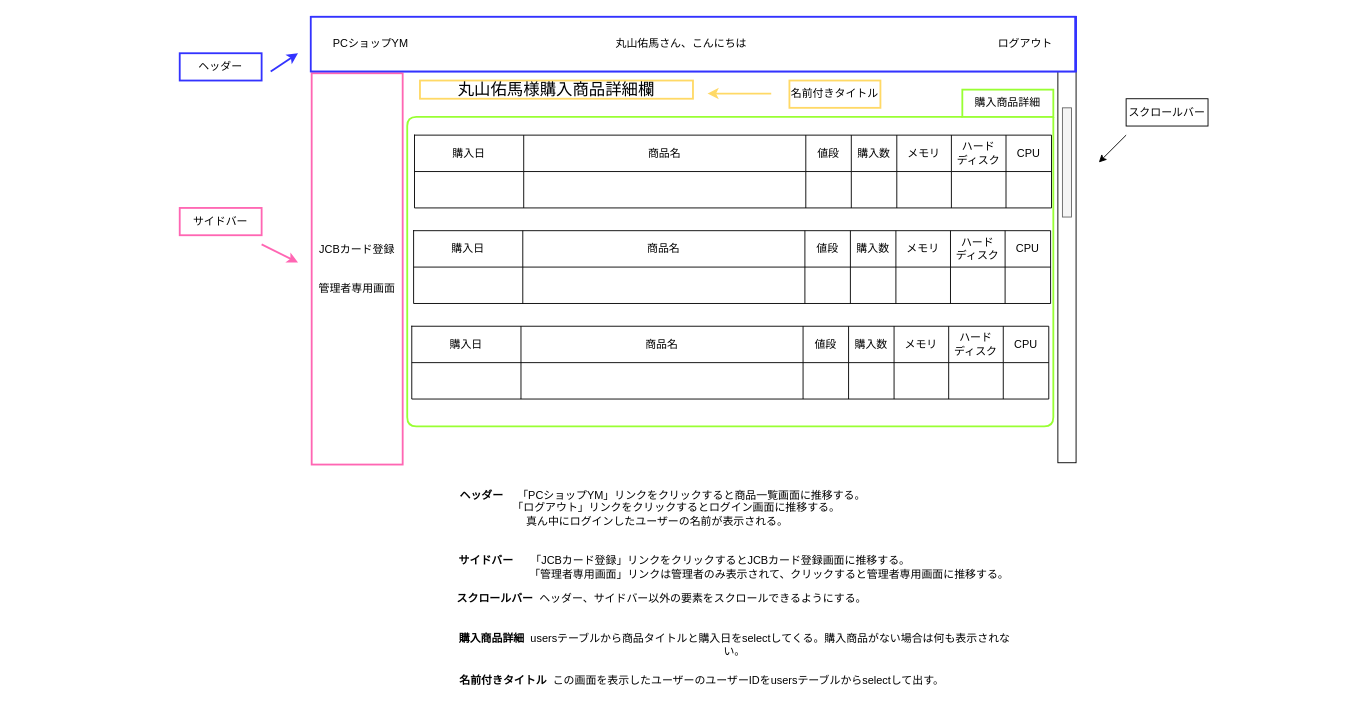
This is page "ユーザー購入商品詳細画面" (11 of 25) of src/main/resources/templates/shopping/Untitled Diagram.drawio from YumaMaruyama/ITworksTRYshopping, a draw.io file, before an edit. Source tidied: cells renumbered, new cells numbered last; positions are measured from the earlier drawing's top-left corner, leaving out a move shared by most shapes. Both pictures are drawn from the tidied source at 91%, with x=0, y=0 at pixel (15, 16).
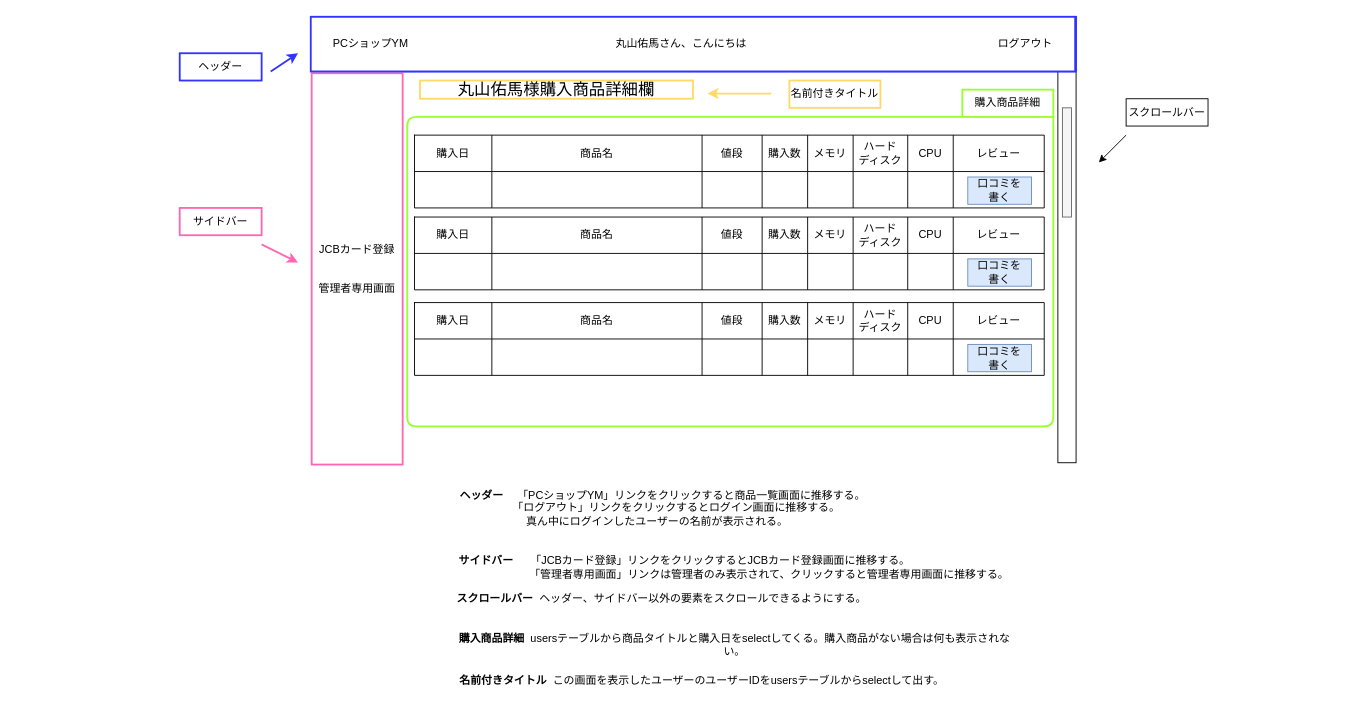
The same page after the edit.

Unchanged cells that the change refers to:
```xml
<mxCell id="2" style="group;" parent="1" vertex="1">
  <mxGeometry x="170" width="1140" height="490" as="geometry" />
</mxCell>
```

Change to the diagram source:
```diff
@@
     <mxCell id="16" style="shape=table;startSize=0;childLayout=tableLayout;" parent="2" vertex="1">
-      <mxGeometry x="268" y="130" width="700" height="80" as="geometry" />
+      <mxGeometry x="268" y="130" width="692" height="80" as="geometry" />
     </mxCell>
     <mxCell id="17" style="shape=partialRectangle;fillColor=none;top=0;left=0;bottom=0;right=0;" parent="16" vertex="1">
-      <mxGeometry width="700" height="40" as="geometry" />
+      <mxGeometry width="692" height="40" as="geometry" />
     </mxCell>
     <mxCell id="18" value="購入日" style="shape=partialRectangle;html=1;whiteSpace=wrap;overflow=hidden;fillColor=none;top=0;left=0;bottom=0;right=0;" parent="17" vertex="1">
-      <mxGeometry width="120" height="40" as="geometry" />
+      <mxGeometry width="85" height="40" as="geometry" />
     </mxCell>
     <mxCell id="19" value="商品名" style="shape=partialRectangle;html=1;whiteSpace=wrap;overflow=hidden;fillColor=none;top=0;left=0;bottom=0;right=0;" parent="17" vertex="1">
-      <mxGeometry x="120" width="310" height="40" as="geometry" />
+      <mxGeometry x="85" width="231" height="40" as="geometry" />
     </mxCell>
     <mxCell id="20" value="値段" style="shape=partialRectangle;html=1;whiteSpace=wrap;overflow=hidden;fillColor=none;top=0;left=0;bottom=0;right=0;" parent="17" vertex="1">
-      <mxGeometry x="430" width="50" height="40" as="geometry" />
+      <mxGeometry x="316" width="66" height="40" as="geometry" />
     </mxCell>
     <mxCell id="21" value="購入数" style="shape=partialRectangle;html=1;whiteSpace=wrap;overflow=hidden;fillColor=none;top=0;left=0;bottom=0;right=0;" parent="17" vertex="1">
-      <mxGeometry x="480" width="50" height="40" as="geometry" />
+      <mxGeometry x="382" width="50" height="40" as="geometry" />
     </mxCell>
     <mxCell id="22" value="メモリ" style="shape=partialRectangle;html=1;whiteSpace=wrap;overflow=hidden;fillColor=none;top=0;left=0;bottom=0;right=0;" parent="17" vertex="1">
-      <mxGeometry x="530" width="60" height="40" as="geometry" />
+      <mxGeometry x="432" width="50" height="40" as="geometry" />
     </mxCell>
     <mxCell id="23" value="ハード&lt;br&gt;ディスク" style="shape=partialRectangle;html=1;whiteSpace=wrap;overflow=hidden;fillColor=none;top=0;left=0;bottom=0;right=0;" parent="17" vertex="1">
-      <mxGeometry x="590" width="60" height="40" as="geometry" />
+      <mxGeometry x="482" width="60" height="40" as="geometry" />
     </mxCell>
     <mxCell id="24" value="CPU" style="shape=partialRectangle;html=1;whiteSpace=wrap;overflow=hidden;fillColor=none;top=0;left=0;bottom=0;right=0;" parent="17" vertex="1">
-      <mxGeometry x="650" width="50" height="40" as="geometry" />
+      <mxGeometry x="542" width="50" height="40" as="geometry" />
     </mxCell>
+    <mxCell id="75" value="レビュー" style="shape=partialRectangle;html=1;whiteSpace=wrap;overflow=hidden;fillColor=none;top=0;left=0;bottom=0;right=0;" parent="17" vertex="1">
+      <mxGeometry x="592" width="100" height="40" as="geometry" />
+    </mxCell>
     <mxCell id="25" style="shape=partialRectangle;fillColor=none;top=0;left=0;bottom=0;right=0;" parent="16" vertex="1">
-      <mxGeometry y="40" width="700" height="40" as="geometry" />
+      <mxGeometry y="40" width="692" height="40" as="geometry" />
     </mxCell>
     <mxCell id="26" style="shape=partialRectangle;html=1;whiteSpace=wrap;overflow=hidden;fillColor=none;top=0;left=0;bottom=0;right=0;" parent="25" vertex="1">
-      <mxGeometry width="120" height="40" as="geometry" />
+      <mxGeometry width="85" height="40" as="geometry" />
     </mxCell>
     <mxCell id="27" style="shape=partialRectangle;html=1;whiteSpace=wrap;overflow=hidden;fillColor=none;top=0;left=0;bottom=0;right=0;" parent="25" vertex="1">
-      <mxGeometry x="120" width="310" height="40" as="geometry" />
+      <mxGeometry x="85" width="231" height="40" as="geometry" />
     </mxCell>
     <mxCell id="28" style="shape=partialRectangle;html=1;whiteSpace=wrap;overflow=hidden;fillColor=none;top=0;left=0;bottom=0;right=0;" parent="25" vertex="1">
-      <mxGeometry x="430" width="50" height="40" as="geometry" />
+      <mxGeometry x="316" width="66" height="40" as="geometry" />
     </mxCell>
     <mxCell id="29" style="shape=partialRectangle;html=1;whiteSpace=wrap;overflow=hidden;fillColor=none;top=0;left=0;bottom=0;right=0;" parent="25" vertex="1">
-      <mxGeometry x="480" width="50" height="40" as="geometry" />
+      <mxGeometry x="382" width="50" height="40" as="geometry" />
     </mxCell>
     <mxCell id="30" style="shape=partialRectangle;html=1;whiteSpace=wrap;overflow=hidden;fillColor=none;top=0;left=0;bottom=0;right=0;" parent="25" vertex="1">
-      <mxGeometry x="530" width="60" height="40" as="geometry" />
+      <mxGeometry x="432" width="50" height="40" as="geometry" />
     </mxCell>
     <mxCell id="31" style="shape=partialRectangle;html=1;whiteSpace=wrap;overflow=hidden;fillColor=none;top=0;left=0;bottom=0;right=0;" parent="25" vertex="1">
-      <mxGeometry x="590" width="60" height="40" as="geometry" />
+      <mxGeometry x="482" width="60" height="40" as="geometry" />
     </mxCell>
     <mxCell id="32" style="shape=partialRectangle;html=1;whiteSpace=wrap;overflow=hidden;fillColor=none;top=0;left=0;bottom=0;right=0;" parent="25" vertex="1">
-      <mxGeometry x="650" width="50" height="40" as="geometry" />
+      <mxGeometry x="542" width="50" height="40" as="geometry" />
     </mxCell>
+    <mxCell id="76" style="shape=partialRectangle;html=1;whiteSpace=wrap;overflow=hidden;fillColor=none;top=0;left=0;bottom=0;right=0;" parent="25" vertex="1">
+      <mxGeometry x="592" width="100" height="40" as="geometry" />
+    </mxCell>
@@
-    <mxCell id="34" style="shape=table;startSize=0;childLayout=tableLayout;" parent="2" vertex="1">
-      <mxGeometry x="265" y="340" width="700" height="80" as="geometry" />
-    </mxCell>
-    <mxCell id="35" style="shape=partialRectangle;fillColor=none;top=0;left=0;bottom=0;right=0;" parent="34" vertex="1">
-      <mxGeometry width="700" height="40" as="geometry" />
-    </mxCell>
-    <mxCell id="36" value="購入日" style="shape=partialRectangle;html=1;whiteSpace=wrap;overflow=hidden;fillColor=none;top=0;left=0;bottom=0;right=0;" parent="35" vertex="1">
-      <mxGeometry width="120" height="40" as="geometry" />
-    </mxCell>
-    <mxCell id="37" value="商品名" style="shape=partialRectangle;html=1;whiteSpace=wrap;overflow=hidden;fillColor=none;top=0;left=0;bottom=0;right=0;" parent="35" vertex="1">
-      <mxGeometry x="120" width="310" height="40" as="geometry" />
-    </mxCell>
-    <mxCell id="38" value="値段" style="shape=partialRectangle;html=1;whiteSpace=wrap;overflow=hidden;fillColor=none;top=0;left=0;bottom=0;right=0;" parent="35" vertex="1">
-      <mxGeometry x="430" width="50" height="40" as="geometry" />
-    </mxCell>
-    <mxCell id="39" value="購入数" style="shape=partialRectangle;html=1;whiteSpace=wrap;overflow=hidden;fillColor=none;top=0;left=0;bottom=0;right=0;" parent="35" vertex="1">
-      <mxGeometry x="480" width="50" height="40" as="geometry" />
-    </mxCell>
-    <mxCell id="40" value="メモリ" style="shape=partialRectangle;html=1;whiteSpace=wrap;overflow=hidden;fillColor=none;top=0;left=0;bottom=0;right=0;" parent="35" vertex="1">
-      <mxGeometry x="530" width="60" height="40" as="geometry" />
-    </mxCell>
-    <mxCell id="41" value="ハード&lt;br&gt;ディスク" style="shape=partialRectangle;html=1;whiteSpace=wrap;overflow=hidden;fillColor=none;top=0;left=0;bottom=0;right=0;" parent="35" vertex="1">
-      <mxGeometry x="590" width="60" height="40" as="geometry" />
-    </mxCell>
-    <mxCell id="42" value="CPU" style="shape=partialRectangle;html=1;whiteSpace=wrap;overflow=hidden;fillColor=none;top=0;left=0;bottom=0;right=0;" parent="35" vertex="1">
-      <mxGeometry x="650" width="50" height="40" as="geometry" />
-    </mxCell>
-    <mxCell id="43" style="shape=partialRectangle;fillColor=none;top=0;left=0;bottom=0;right=0;" parent="34" vertex="1">
-      <mxGeometry y="40" width="700" height="40" as="geometry" />
-    </mxCell>
-    <mxCell id="44" style="shape=partialRectangle;html=1;whiteSpace=wrap;overflow=hidden;fillColor=none;top=0;left=0;bottom=0;right=0;" parent="43" vertex="1">
-      <mxGeometry width="120" height="40" as="geometry" />
-    </mxCell>
-    <mxCell id="45" style="shape=partialRectangle;html=1;whiteSpace=wrap;overflow=hidden;fillColor=none;top=0;left=0;bottom=0;right=0;" parent="43" vertex="1">
-      <mxGeometry x="120" width="310" height="40" as="geometry" />
-    </mxCell>
-    <mxCell id="46" style="shape=partialRectangle;html=1;whiteSpace=wrap;overflow=hidden;fillColor=none;top=0;left=0;bottom=0;right=0;" parent="43" vertex="1">
-      <mxGeometry x="430" width="50" height="40" as="geometry" />
-    </mxCell>
-    <mxCell id="47" style="shape=partialRectangle;html=1;whiteSpace=wrap;overflow=hidden;fillColor=none;top=0;left=0;bottom=0;right=0;" parent="43" vertex="1">
-      <mxGeometry x="480" width="50" height="40" as="geometry" />
-    </mxCell>
-    <mxCell id="48" style="shape=partialRectangle;html=1;whiteSpace=wrap;overflow=hidden;fillColor=none;top=0;left=0;bottom=0;right=0;" parent="43" vertex="1">
-      <mxGeometry x="530" width="60" height="40" as="geometry" />
-    </mxCell>
-    <mxCell id="49" style="shape=partialRectangle;html=1;whiteSpace=wrap;overflow=hidden;fillColor=none;top=0;left=0;bottom=0;right=0;" parent="43" vertex="1">
-      <mxGeometry x="590" width="60" height="40" as="geometry" />
-    </mxCell>
-    <mxCell id="50" style="shape=partialRectangle;html=1;whiteSpace=wrap;overflow=hidden;fillColor=none;top=0;left=0;bottom=0;right=0;" parent="43" vertex="1">
-      <mxGeometry x="650" width="50" height="40" as="geometry" />
-    </mxCell>
-    <mxCell id="51" style="shape=table;startSize=0;childLayout=tableLayout;" parent="2" vertex="1">
-      <mxGeometry x="267" y="235" width="700" height="80" as="geometry" />
-    </mxCell>
-    <mxCell id="52" style="shape=partialRectangle;fillColor=none;top=0;left=0;bottom=0;right=0;" parent="51" vertex="1">
-      <mxGeometry width="700" height="40" as="geometry" />
-    </mxCell>
-    <mxCell id="53" value="購入日" style="shape=partialRectangle;html=1;whiteSpace=wrap;overflow=hidden;fillColor=none;top=0;left=0;bottom=0;right=0;" parent="52" vertex="1">
-      <mxGeometry width="120" height="40" as="geometry" />
-    </mxCell>
-    <mxCell id="54" value="商品名" style="shape=partialRectangle;html=1;whiteSpace=wrap;overflow=hidden;fillColor=none;top=0;left=0;bottom=0;right=0;" parent="52" vertex="1">
-      <mxGeometry x="120" width="310" height="40" as="geometry" />
-    </mxCell>
-    <mxCell id="55" value="値段" style="shape=partialRectangle;html=1;whiteSpace=wrap;overflow=hidden;fillColor=none;top=0;left=0;bottom=0;right=0;" parent="52" vertex="1">
-      <mxGeometry x="430" width="50" height="40" as="geometry" />
-    </mxCell>
-    <mxCell id="56" value="購入数" style="shape=partialRectangle;html=1;whiteSpace=wrap;overflow=hidden;fillColor=none;top=0;left=0;bottom=0;right=0;" parent="52" vertex="1">
-      <mxGeometry x="480" width="50" height="40" as="geometry" />
-    </mxCell>
-    <mxCell id="57" value="メモリ" style="shape=partialRectangle;html=1;whiteSpace=wrap;overflow=hidden;fillColor=none;top=0;left=0;bottom=0;right=0;" parent="52" vertex="1">
-      <mxGeometry x="530" width="60" height="40" as="geometry" />
-    </mxCell>
-    <mxCell id="58" value="ハード&lt;br&gt;ディスク" style="shape=partialRectangle;html=1;whiteSpace=wrap;overflow=hidden;fillColor=none;top=0;left=0;bottom=0;right=0;" parent="52" vertex="1">
-      <mxGeometry x="590" width="60" height="40" as="geometry" />
-    </mxCell>
-    <mxCell id="59" value="CPU" style="shape=partialRectangle;html=1;whiteSpace=wrap;overflow=hidden;fillColor=none;top=0;left=0;bottom=0;right=0;" parent="52" vertex="1">
-      <mxGeometry x="650" width="50" height="40" as="geometry" />
-    </mxCell>
-    <mxCell id="60" style="shape=partialRectangle;fillColor=none;top=0;left=0;bottom=0;right=0;" parent="51" vertex="1">
-      <mxGeometry y="40" width="700" height="40" as="geometry" />
-    </mxCell>
-    <mxCell id="61" style="shape=partialRectangle;html=1;whiteSpace=wrap;overflow=hidden;fillColor=none;top=0;left=0;bottom=0;right=0;" parent="60" vertex="1">
-      <mxGeometry width="120" height="40" as="geometry" />
-    </mxCell>
-    <mxCell id="62" style="shape=partialRectangle;html=1;whiteSpace=wrap;overflow=hidden;fillColor=none;top=0;left=0;bottom=0;right=0;" parent="60" vertex="1">
-      <mxGeometry x="120" width="310" height="40" as="geometry" />
-    </mxCell>
-    <mxCell id="63" style="shape=partialRectangle;html=1;whiteSpace=wrap;overflow=hidden;fillColor=none;top=0;left=0;bottom=0;right=0;" parent="60" vertex="1">
-      <mxGeometry x="430" width="50" height="40" as="geometry" />
-    </mxCell>
-    <mxCell id="64" style="shape=partialRectangle;html=1;whiteSpace=wrap;overflow=hidden;fillColor=none;top=0;left=0;bottom=0;right=0;" parent="60" vertex="1">
-      <mxGeometry x="480" width="50" height="40" as="geometry" />
-    </mxCell>
-    <mxCell id="65" style="shape=partialRectangle;html=1;whiteSpace=wrap;overflow=hidden;fillColor=none;top=0;left=0;bottom=0;right=0;" parent="60" vertex="1">
-      <mxGeometry x="530" width="60" height="40" as="geometry" />
-    </mxCell>
-    <mxCell id="66" style="shape=partialRectangle;html=1;whiteSpace=wrap;overflow=hidden;fillColor=none;top=0;left=0;bottom=0;right=0;" parent="60" vertex="1">
-      <mxGeometry x="590" width="60" height="40" as="geometry" />
-    </mxCell>
-    <mxCell id="67" style="shape=partialRectangle;html=1;whiteSpace=wrap;overflow=hidden;fillColor=none;top=0;left=0;bottom=0;right=0;" parent="60" vertex="1">
-      <mxGeometry x="650" width="50" height="40" as="geometry" />
-    </mxCell>
@@
+    <mxCell id="77" value="口コミを&lt;br&gt;書く" style="rounded=0;whiteSpace=wrap;html=1;strokeColor=#6c8ebf;fillColor=#dae8fc;" parent="2" vertex="1">
+      <mxGeometry x="876" y="176" width="70" height="30" as="geometry" />
+    </mxCell>
+    <mxCell id="78" style="shape=table;startSize=0;childLayout=tableLayout;" parent="2" vertex="1">
+      <mxGeometry x="268" y="220" width="692" height="80" as="geometry" />
+    </mxCell>
+    <mxCell id="79" style="shape=partialRectangle;fillColor=none;top=0;left=0;bottom=0;right=0;" parent="78" vertex="1">
+      <mxGeometry width="692" height="40" as="geometry" />
+    </mxCell>
+    <mxCell id="80" value="購入日" style="shape=partialRectangle;html=1;whiteSpace=wrap;overflow=hidden;fillColor=none;top=0;left=0;bottom=0;right=0;" parent="79" vertex="1">
+      <mxGeometry width="85" height="40" as="geometry" />
+    </mxCell>
+    <mxCell id="81" value="商品名" style="shape=partialRectangle;html=1;whiteSpace=wrap;overflow=hidden;fillColor=none;top=0;left=0;bottom=0;right=0;" parent="79" vertex="1">
+      <mxGeometry x="85" width="231" height="40" as="geometry" />
+    </mxCell>
+    <mxCell id="82" value="値段" style="shape=partialRectangle;html=1;whiteSpace=wrap;overflow=hidden;fillColor=none;top=0;left=0;bottom=0;right=0;" parent="79" vertex="1">
+      <mxGeometry x="316" width="66" height="40" as="geometry" />
+    </mxCell>
+    <mxCell id="83" value="購入数" style="shape=partialRectangle;html=1;whiteSpace=wrap;overflow=hidden;fillColor=none;top=0;left=0;bottom=0;right=0;" parent="79" vertex="1">
+      <mxGeometry x="382" width="50" height="40" as="geometry" />
+    </mxCell>
+    <mxCell id="84" value="メモリ" style="shape=partialRectangle;html=1;whiteSpace=wrap;overflow=hidden;fillColor=none;top=0;left=0;bottom=0;right=0;" parent="79" vertex="1">
+      <mxGeometry x="432" width="50" height="40" as="geometry" />
+    </mxCell>
+    <mxCell id="85" value="ハード&lt;br&gt;ディスク" style="shape=partialRectangle;html=1;whiteSpace=wrap;overflow=hidden;fillColor=none;top=0;left=0;bottom=0;right=0;" parent="79" vertex="1">
+      <mxGeometry x="482" width="60" height="40" as="geometry" />
+    </mxCell>
+    <mxCell id="86" value="CPU" style="shape=partialRectangle;html=1;whiteSpace=wrap;overflow=hidden;fillColor=none;top=0;left=0;bottom=0;right=0;" parent="79" vertex="1">
+      <mxGeometry x="542" width="50" height="40" as="geometry" />
+    </mxCell>
+    <mxCell id="87" value="レビュー" style="shape=partialRectangle;html=1;whiteSpace=wrap;overflow=hidden;fillColor=none;top=0;left=0;bottom=0;right=0;" parent="79" vertex="1">
+      <mxGeometry x="592" width="100" height="40" as="geometry" />
+    </mxCell>
+    <mxCell id="88" style="shape=partialRectangle;fillColor=none;top=0;left=0;bottom=0;right=0;" parent="78" vertex="1">
+      <mxGeometry y="40" width="692" height="40" as="geometry" />
+    </mxCell>
+    <mxCell id="89" style="shape=partialRectangle;html=1;whiteSpace=wrap;overflow=hidden;fillColor=none;top=0;left=0;bottom=0;right=0;" parent="88" vertex="1">
+      <mxGeometry width="85" height="40" as="geometry" />
+    </mxCell>
+    <mxCell id="90" style="shape=partialRectangle;html=1;whiteSpace=wrap;overflow=hidden;fillColor=none;top=0;left=0;bottom=0;right=0;" parent="88" vertex="1">
+      <mxGeometry x="85" width="231" height="40" as="geometry" />
+    </mxCell>
+    <mxCell id="91" style="shape=partialRectangle;html=1;whiteSpace=wrap;overflow=hidden;fillColor=none;top=0;left=0;bottom=0;right=0;" parent="88" vertex="1">
+      <mxGeometry x="316" width="66" height="40" as="geometry" />
+    </mxCell>
+    <mxCell id="92" style="shape=partialRectangle;html=1;whiteSpace=wrap;overflow=hidden;fillColor=none;top=0;left=0;bottom=0;right=0;" parent="88" vertex="1">
+      <mxGeometry x="382" width="50" height="40" as="geometry" />
+    </mxCell>
+    <mxCell id="93" style="shape=partialRectangle;html=1;whiteSpace=wrap;overflow=hidden;fillColor=none;top=0;left=0;bottom=0;right=0;" parent="88" vertex="1">
+      <mxGeometry x="432" width="50" height="40" as="geometry" />
+    </mxCell>
+    <mxCell id="94" style="shape=partialRectangle;html=1;whiteSpace=wrap;overflow=hidden;fillColor=none;top=0;left=0;bottom=0;right=0;" parent="88" vertex="1">
+      <mxGeometry x="482" width="60" height="40" as="geometry" />
+    </mxCell>
+    <mxCell id="95" style="shape=partialRectangle;html=1;whiteSpace=wrap;overflow=hidden;fillColor=none;top=0;left=0;bottom=0;right=0;" parent="88" vertex="1">
+      <mxGeometry x="542" width="50" height="40" as="geometry" />
+    </mxCell>
+    <mxCell id="96" style="shape=partialRectangle;html=1;whiteSpace=wrap;overflow=hidden;fillColor=none;top=0;left=0;bottom=0;right=0;" parent="88" vertex="1">
+      <mxGeometry x="592" width="100" height="40" as="geometry" />
+    </mxCell>
+    <mxCell id="97" value="口コミを&lt;br&gt;書く" style="rounded=0;whiteSpace=wrap;html=1;strokeColor=#6c8ebf;fillColor=#dae8fc;" parent="2" vertex="1">
+      <mxGeometry x="876" y="266" width="70" height="30" as="geometry" />
+    </mxCell>
+    <mxCell id="98" style="shape=table;startSize=0;childLayout=tableLayout;" parent="2" vertex="1">
+      <mxGeometry x="268" y="314" width="692" height="80" as="geometry" />
+    </mxCell>
+    <mxCell id="99" style="shape=partialRectangle;fillColor=none;top=0;left=0;bottom=0;right=0;" parent="98" vertex="1">
+      <mxGeometry width="692" height="40" as="geometry" />
+    </mxCell>
+    <mxCell id="100" value="購入日" style="shape=partialRectangle;html=1;whiteSpace=wrap;overflow=hidden;fillColor=none;top=0;left=0;bottom=0;right=0;" parent="99" vertex="1">
+      <mxGeometry width="85" height="40" as="geometry" />
+    </mxCell>
+    <mxCell id="101" value="商品名" style="shape=partialRectangle;html=1;whiteSpace=wrap;overflow=hidden;fillColor=none;top=0;left=0;bottom=0;right=0;" parent="99" vertex="1">
+      <mxGeometry x="85" width="231" height="40" as="geometry" />
+    </mxCell>
+    <mxCell id="102" value="値段" style="shape=partialRectangle;html=1;whiteSpace=wrap;overflow=hidden;fillColor=none;top=0;left=0;bottom=0;right=0;" parent="99" vertex="1">
+      <mxGeometry x="316" width="66" height="40" as="geometry" />
+    </mxCell>
+    <mxCell id="103" value="購入数" style="shape=partialRectangle;html=1;whiteSpace=wrap;overflow=hidden;fillColor=none;top=0;left=0;bottom=0;right=0;" parent="99" vertex="1">
+      <mxGeometry x="382" width="50" height="40" as="geometry" />
+    </mxCell>
+    <mxCell id="104" value="メモリ" style="shape=partialRectangle;html=1;whiteSpace=wrap;overflow=hidden;fillColor=none;top=0;left=0;bottom=0;right=0;" parent="99" vertex="1">
+      <mxGeometry x="432" width="50" height="40" as="geometry" />
+    </mxCell>
+    <mxCell id="105" value="ハード&lt;br&gt;ディスク" style="shape=partialRectangle;html=1;whiteSpace=wrap;overflow=hidden;fillColor=none;top=0;left=0;bottom=0;right=0;" parent="99" vertex="1">
+      <mxGeometry x="482" width="60" height="40" as="geometry" />
+    </mxCell>
+    <mxCell id="106" value="CPU" style="shape=partialRectangle;html=1;whiteSpace=wrap;overflow=hidden;fillColor=none;top=0;left=0;bottom=0;right=0;" parent="99" vertex="1">
+      <mxGeometry x="542" width="50" height="40" as="geometry" />
+    </mxCell>
+    <mxCell id="107" value="レビュー" style="shape=partialRectangle;html=1;whiteSpace=wrap;overflow=hidden;fillColor=none;top=0;left=0;bottom=0;right=0;" parent="99" vertex="1">
+      <mxGeometry x="592" width="100" height="40" as="geometry" />
+    </mxCell>
+    <mxCell id="108" style="shape=partialRectangle;fillColor=none;top=0;left=0;bottom=0;right=0;" parent="98" vertex="1">
+      <mxGeometry y="40" width="692" height="40" as="geometry" />
+    </mxCell>
+    <mxCell id="109" style="shape=partialRectangle;html=1;whiteSpace=wrap;overflow=hidden;fillColor=none;top=0;left=0;bottom=0;right=0;" parent="108" vertex="1">
+      <mxGeometry width="85" height="40" as="geometry" />
+    </mxCell>
+    <mxCell id="110" style="shape=partialRectangle;html=1;whiteSpace=wrap;overflow=hidden;fillColor=none;top=0;left=0;bottom=0;right=0;" parent="108" vertex="1">
+      <mxGeometry x="85" width="231" height="40" as="geometry" />
+    </mxCell>
+    <mxCell id="111" style="shape=partialRectangle;html=1;whiteSpace=wrap;overflow=hidden;fillColor=none;top=0;left=0;bottom=0;right=0;" parent="108" vertex="1">
+      <mxGeometry x="316" width="66" height="40" as="geometry" />
+    </mxCell>
+    <mxCell id="112" style="shape=partialRectangle;html=1;whiteSpace=wrap;overflow=hidden;fillColor=none;top=0;left=0;bottom=0;right=0;" parent="108" vertex="1">
+      <mxGeometry x="382" width="50" height="40" as="geometry" />
+    </mxCell>
+    <mxCell id="113" style="shape=partialRectangle;html=1;whiteSpace=wrap;overflow=hidden;fillColor=none;top=0;left=0;bottom=0;right=0;" parent="108" vertex="1">
+      <mxGeometry x="432" width="50" height="40" as="geometry" />
+    </mxCell>
+    <mxCell id="114" style="shape=partialRectangle;html=1;whiteSpace=wrap;overflow=hidden;fillColor=none;top=0;left=0;bottom=0;right=0;" parent="108" vertex="1">
+      <mxGeometry x="482" width="60" height="40" as="geometry" />
+    </mxCell>
+    <mxCell id="115" style="shape=partialRectangle;html=1;whiteSpace=wrap;overflow=hidden;fillColor=none;top=0;left=0;bottom=0;right=0;" parent="108" vertex="1">
+      <mxGeometry x="542" width="50" height="40" as="geometry" />
+    </mxCell>
+    <mxCell id="116" style="shape=partialRectangle;html=1;whiteSpace=wrap;overflow=hidden;fillColor=none;top=0;left=0;bottom=0;right=0;" parent="108" vertex="1">
+      <mxGeometry x="592" width="100" height="40" as="geometry" />
+    </mxCell>
+    <mxCell id="117" value="口コミを&lt;br&gt;書く" style="rounded=0;whiteSpace=wrap;html=1;strokeColor=#6c8ebf;fillColor=#dae8fc;" parent="2" vertex="1">
+      <mxGeometry x="876" y="360" width="70" height="30" as="geometry" />
+    </mxCell>
```
